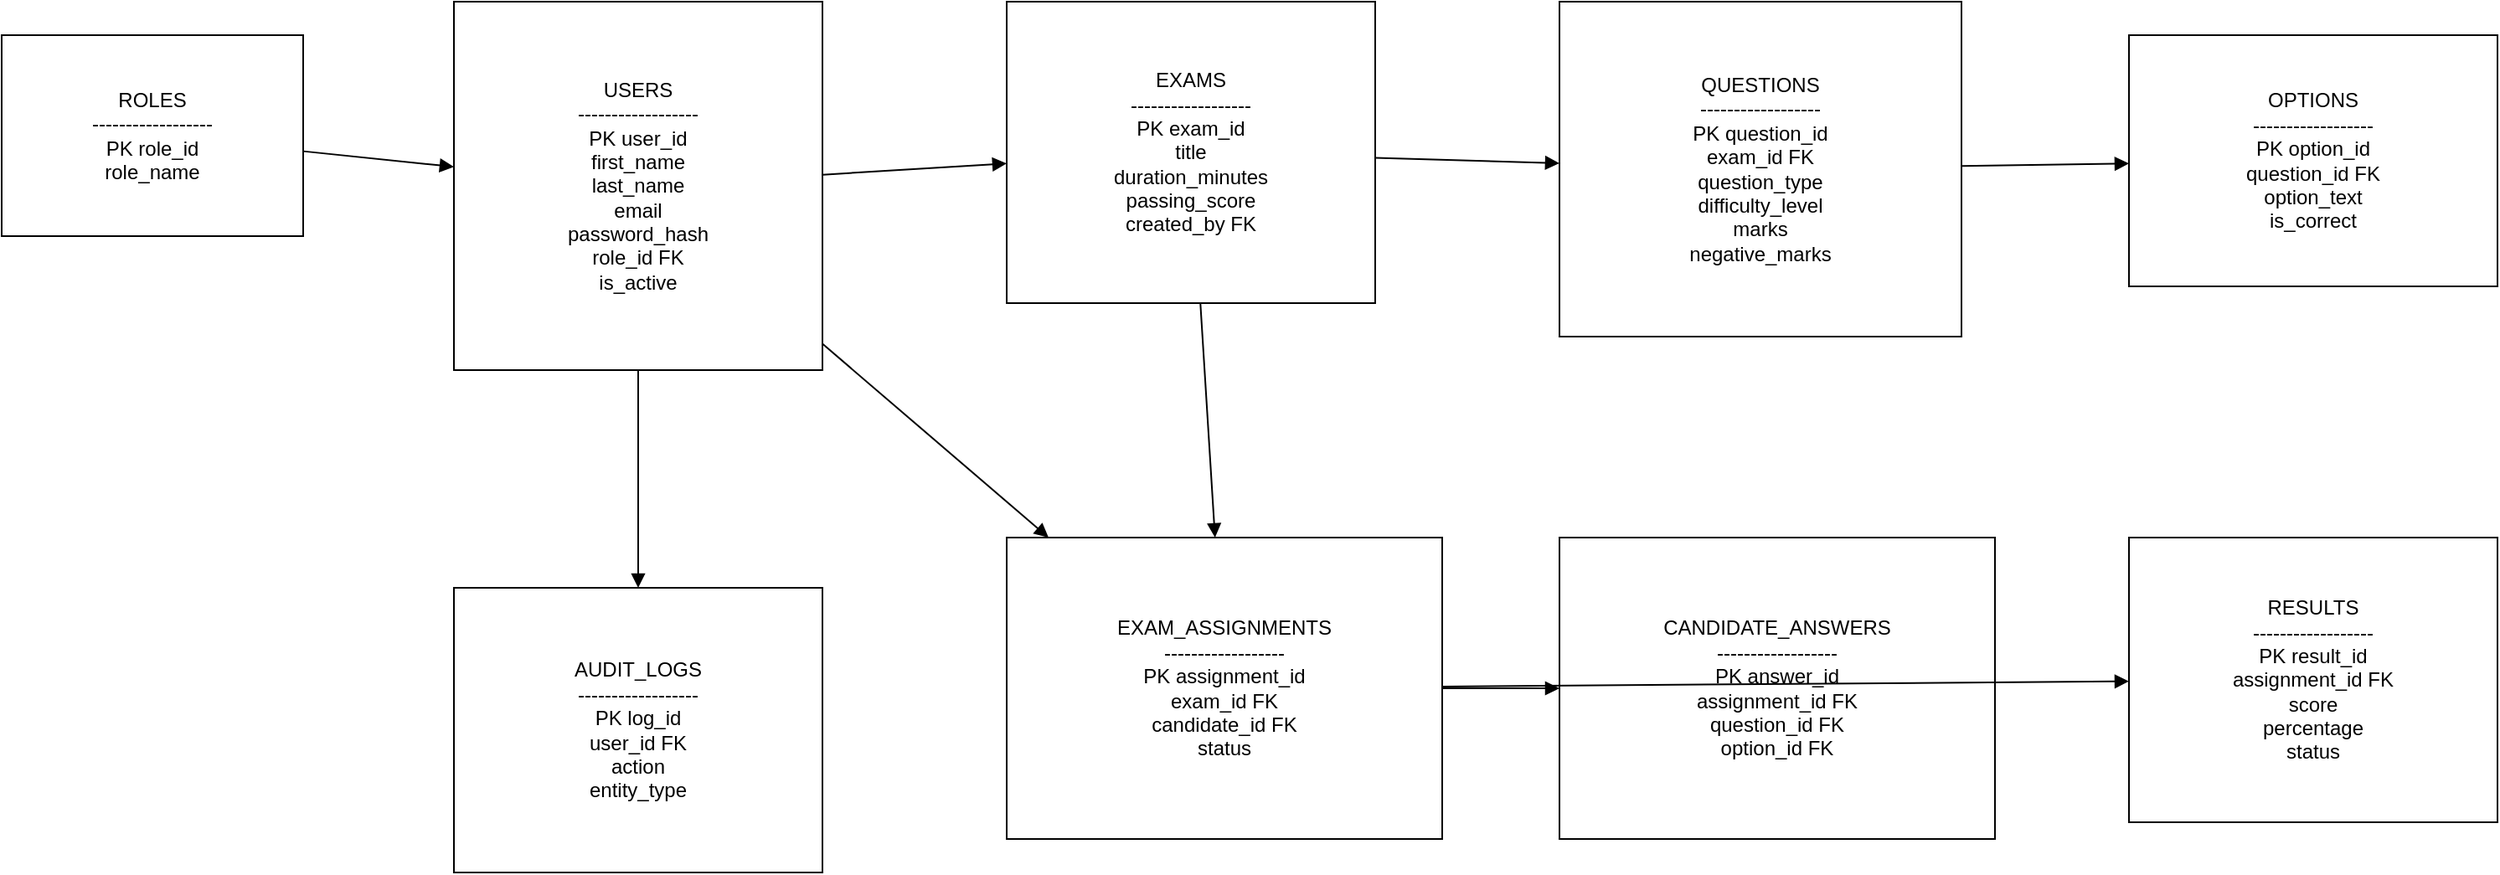
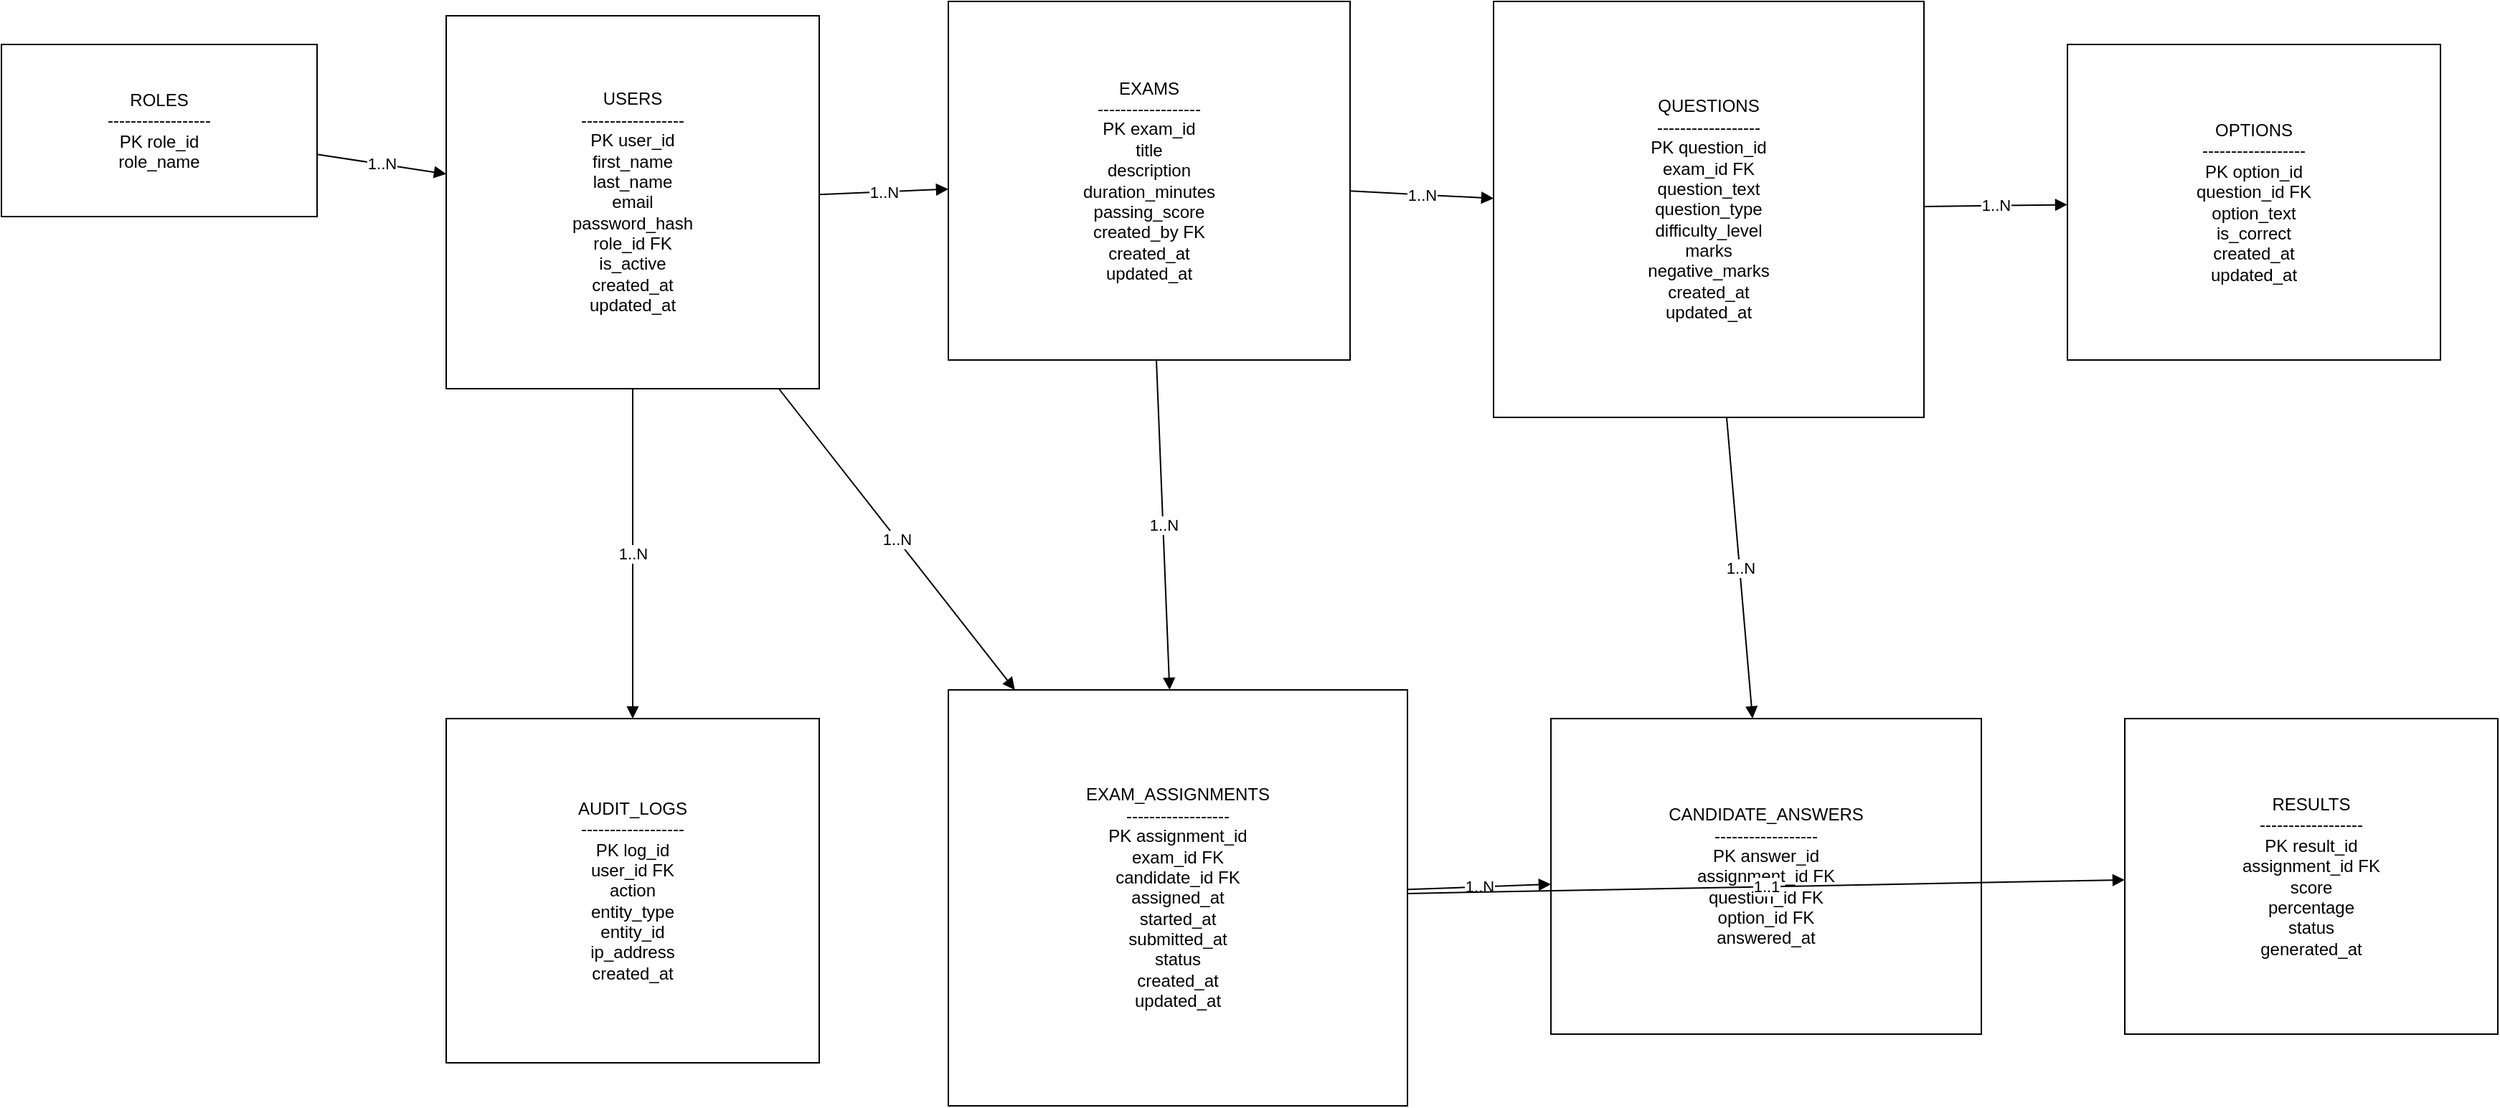
- <mxfile host="app.diagrams.net">
-   <diagram name="SOEP ER Diagram">
-     <mxGraphModel dx="1422" dy="794" grid="1" gridSize="10" guides="1" tooltips="1"
+ <?xml version="1.0" encoding="UTF-8"?>
+ <mxfile host="app.diagrams.net" modified="2026-06-03T00:00:00.000Z" agent="ChatGPT" version="24.7.17">
+   <diagram id="SOEP-ERD" name="SOEP ER Diagram">
+     <mxGraphModel dx="1600" dy="900" grid="1" gridSize="10" guides="1" tooltips="1"
                  connect="1" arrows="1" fold="1" page="1" pageScale="1"
-                   pageWidth="1600" pageHeight="1200" math="0" shadow="0">
+                   pageWidth="2000" pageHeight="1600" math="0" shadow="0">
      <root>
        <mxCell id="0"/>
        <mxCell id="1" parent="0"/>

        <!-- ROLES -->
        <mxCell id="roles"
-                 value="ROLES&#10;------------------&#10;PK role_id&#10;role_name"
-                 style="rounded=0;whiteSpace=wrap;html=1;"
-                 vertex="1" parent="1">
-           <mxGeometry x="50" y="50" width="180" height="120" as="geometry"/>
+           value="ROLES&#10;------------------&#10;PK role_id&#10;role_name"
+           style="shape=rectangle;whiteSpace=wrap;html=1;"
+           vertex="1" parent="1">
+           <mxGeometry x="40" y="50" width="220" height="120" as="geometry"/>
        </mxCell>

        <!-- USERS -->
        <mxCell id="users"
-                 value="USERS&#10;------------------&#10;PK user_id&#10;first_name&#10;last_name&#10;email&#10;password_hash&#10;role_id FK&#10;is_active"
-                 style="rounded=0;whiteSpace=wrap;html=1;"
-                 vertex="1" parent="1">
-           <mxGeometry x="320" y="30" width="220" height="220" as="geometry"/>
+           value="USERS&#10;------------------&#10;PK user_id&#10;first_name&#10;last_name&#10;email&#10;password_hash&#10;role_id FK&#10;is_active&#10;created_at&#10;updated_at"
+           style="shape=rectangle;whiteSpace=wrap;html=1;"
+           vertex="1" parent="1">
+           <mxGeometry x="350" y="30" width="260" height="260" as="geometry"/>
        </mxCell>

        <!-- EXAMS -->
        <mxCell id="exams"
-                 value="EXAMS&#10;------------------&#10;PK exam_id&#10;title&#10;duration_minutes&#10;passing_score&#10;created_by FK"
-                 style="rounded=0;whiteSpace=wrap;html=1;"
-                 vertex="1" parent="1">
-           <mxGeometry x="650" y="30" width="220" height="180" as="geometry"/>
+           value="EXAMS&#10;------------------&#10;PK exam_id&#10;title&#10;description&#10;duration_minutes&#10;passing_score&#10;created_by FK&#10;created_at&#10;updated_at"
+           style="shape=rectangle;whiteSpace=wrap;html=1;"
+           vertex="1" parent="1">
+           <mxGeometry x="700" y="20" width="280" height="250" as="geometry"/>
        </mxCell>

        <!-- QUESTIONS -->
        <mxCell id="questions"
-                 value="QUESTIONS&#10;------------------&#10;PK question_id&#10;exam_id FK&#10;question_type&#10;difficulty_level&#10;marks&#10;negative_marks"
-                 style="rounded=0;whiteSpace=wrap;html=1;"
-                 vertex="1" parent="1">
-           <mxGeometry x="980" y="30" width="240" height="200" as="geometry"/>
+           value="QUESTIONS&#10;------------------&#10;PK question_id&#10;exam_id FK&#10;question_text&#10;question_type&#10;difficulty_level&#10;marks&#10;negative_marks&#10;created_at&#10;updated_at"
+           style="shape=rectangle;whiteSpace=wrap;html=1;"
+           vertex="1" parent="1">
+           <mxGeometry x="1080" y="20" width="300" height="290" as="geometry"/>
        </mxCell>

        <!-- OPTIONS -->
        <mxCell id="options"
-                 value="OPTIONS&#10;------------------&#10;PK option_id&#10;question_id FK&#10;option_text&#10;is_correct"
-                 style="rounded=0;whiteSpace=wrap;html=1;"
-                 vertex="1" parent="1">
-           <mxGeometry x="1320" y="50" width="220" height="150" as="geometry"/>
+           value="OPTIONS&#10;------------------&#10;PK option_id&#10;question_id FK&#10;option_text&#10;is_correct&#10;created_at&#10;updated_at"
+           style="shape=rectangle;whiteSpace=wrap;html=1;"
+           vertex="1" parent="1">
+           <mxGeometry x="1480" y="50" width="260" height="220" as="geometry"/>
        </mxCell>

        <!-- EXAM_ASSIGNMENTS -->
        <mxCell id="assignments"
-                 value="EXAM_ASSIGNMENTS&#10;------------------&#10;PK assignment_id&#10;exam_id FK&#10;candidate_id FK&#10;status"
-                 style="rounded=0;whiteSpace=wrap;html=1;"
-                 vertex="1" parent="1">
-           <mxGeometry x="650" y="350" width="260" height="180" as="geometry"/>
+           value="EXAM_ASSIGNMENTS&#10;------------------&#10;PK assignment_id&#10;exam_id FK&#10;candidate_id FK&#10;assigned_at&#10;started_at&#10;submitted_at&#10;status&#10;created_at&#10;updated_at"
+           style="shape=rectangle;whiteSpace=wrap;html=1;"
+           vertex="1" parent="1">
+           <mxGeometry x="700" y="500" width="320" height="290" as="geometry"/>
        </mxCell>

        <!-- CANDIDATE_ANSWERS -->
        <mxCell id="answers"
-                 value="CANDIDATE_ANSWERS&#10;------------------&#10;PK answer_id&#10;assignment_id FK&#10;question_id FK&#10;option_id FK"
-                 style="rounded=0;whiteSpace=wrap;html=1;"
-                 vertex="1" parent="1">
-           <mxGeometry x="980" y="350" width="260" height="180" as="geometry"/>
+           value="CANDIDATE_ANSWERS&#10;------------------&#10;PK answer_id&#10;assignment_id FK&#10;question_id FK&#10;option_id FK&#10;answered_at"
+           style="shape=rectangle;whiteSpace=wrap;html=1;"
+           vertex="1" parent="1">
+           <mxGeometry x="1120" y="520" width="300" height="220" as="geometry"/>
        </mxCell>

        <!-- RESULTS -->
        <mxCell id="results"
-                 value="RESULTS&#10;------------------&#10;PK result_id&#10;assignment_id FK&#10;score&#10;percentage&#10;status"
-                 style="rounded=0;whiteSpace=wrap;html=1;"
-                 vertex="1" parent="1">
-           <mxGeometry x="1320" y="350" width="220" height="170" as="geometry"/>
+           value="RESULTS&#10;------------------&#10;PK result_id&#10;assignment_id FK&#10;score&#10;percentage&#10;status&#10;generated_at"
+           style="shape=rectangle;whiteSpace=wrap;html=1;"
+           vertex="1" parent="1">
+           <mxGeometry x="1520" y="520" width="260" height="220" as="geometry"/>
        </mxCell>

        <!-- AUDIT_LOGS -->
        <mxCell id="audit"
-                 value="AUDIT_LOGS&#10;------------------&#10;PK log_id&#10;user_id FK&#10;action&#10;entity_type"
-                 style="rounded=0;whiteSpace=wrap;html=1;"
-                 vertex="1" parent="1">
-           <mxGeometry x="320" y="380" width="220" height="170" as="geometry"/>
+           value="AUDIT_LOGS&#10;------------------&#10;PK log_id&#10;user_id FK&#10;action&#10;entity_type&#10;entity_id&#10;ip_address&#10;created_at"
+           style="shape=rectangle;whiteSpace=wrap;html=1;"
+           vertex="1" parent="1">
+           <mxGeometry x="350" y="520" width="260" height="240" as="geometry"/>
        </mxCell>

-         <!-- Relationships -->
+         <!-- RELATIONSHIPS -->

-         <mxCell id="r1" style="endArrow=block;" edge="1" parent="1"
-                 source="roles" target="users">
-           <mxGeometry relative="1" as="geometry"/>
-         </mxCell>
+          <!-- RELATIONSHIPS -->

-         <mxCell id="r2" style="endArrow=block;" edge="1" parent="1"
-                 source="users" target="exams">
-           <mxGeometry relative="1" as="geometry"/>
-         </mxCell>
+ <mxCell id="r1" value="1..N" edge="1" parent="1"
+  source="roles" target="users"
+  style="endArrow=block;html=1;">
+   <mxGeometry relative="1" as="geometry"/>
+ </mxCell>

-         <mxCell id="r3" style="endArrow=block;" edge="1" parent="1"
-                 source="exams" target="questions">
-           <mxGeometry relative="1" as="geometry"/>
-         </mxCell>
+ <mxCell id="r2" value="1..N" edge="1" parent="1"
+  source="users" target="exams"
+  style="endArrow=block;html=1;">
+   <mxGeometry relative="1" as="geometry"/>
+ </mxCell>

-         <mxCell id="r4" style="endArrow=block;" edge="1" parent="1"
-                 source="questions" target="options">
-           <mxGeometry relative="1" as="geometry"/>
-         </mxCell>
+ <mxCell id="r3" value="1..N" edge="1" parent="1"
+  source="exams" target="questions"
+  style="endArrow=block;html=1;">
+   <mxGeometry relative="1" as="geometry"/>
+ </mxCell>

-         <mxCell id="r5" style="endArrow=block;" edge="1" parent="1"
-                 source="users" target="assignments">
-           <mxGeometry relative="1" as="geometry"/>
-         </mxCell>
+ <mxCell id="r4" value="1..N" edge="1" parent="1"
+  source="questions" target="options"
+  style="endArrow=block;html=1;">
+   <mxGeometry relative="1" as="geometry"/>
+ </mxCell>

-         <mxCell id="r6" style="endArrow=block;" edge="1" parent="1"
-                 source="exams" target="assignments">
-           <mxGeometry relative="1" as="geometry"/>
-         </mxCell>
+ <mxCell id="r5" value="1..N" edge="1" parent="1"
+  source="users" target="assignments"
+  style="endArrow=block;html=1;">
+   <mxGeometry relative="1" as="geometry"/>
+ </mxCell>

-         <mxCell id="r7" style="endArrow=block;" edge="1" parent="1"
-                 source="assignments" target="answers">
-           <mxGeometry relative="1" as="geometry"/>
-         </mxCell>
+ <mxCell id="r6" value="1..N" edge="1" parent="1"
+  source="exams" target="assignments"
+  style="endArrow=block;html=1;">
+   <mxGeometry relative="1" as="geometry"/>
+ </mxCell>

-         <mxCell id="r8" style="endArrow=block;" edge="1" parent="1"
-                 source="assignments" target="results">
-           <mxGeometry relative="1" as="geometry"/>
-         </mxCell>
+ <mxCell id="r7" value="1..N" edge="1" parent="1"
+  source="assignments" target="answers"
+  style="endArrow=block;html=1;">
+   <mxGeometry relative="1" as="geometry"/>
+ </mxCell>

-         <mxCell id="r9" style="endArrow=block;" edge="1" parent="1"
-                 source="users" target="audit">
-           <mxGeometry relative="1" as="geometry"/>
-         </mxCell>
+ <mxCell id="r8" value="1..1" edge="1" parent="1"
+  source="assignments" target="results"
+  style="endArrow=block;html=1;">
+   <mxGeometry relative="1" as="geometry"/>
+ </mxCell>

+ <mxCell id="r9" value="1..N" edge="1" parent="1"
+  source="users" target="audit"
+  style="endArrow=block;html=1;">
+   <mxGeometry relative="1" as="geometry"/>
+ </mxCell>
+ 
+ <mxCell id="r10" value="1..N" edge="1" parent="1"
+  source="questions" target="answers"
+  style="endArrow=block;html=1;">
+   <mxGeometry relative="1" as="geometry"/>
+ </mxCell>
      </root>
    </mxGraphModel>
  </diagram>
- </mxfile>
+ </mxfile>